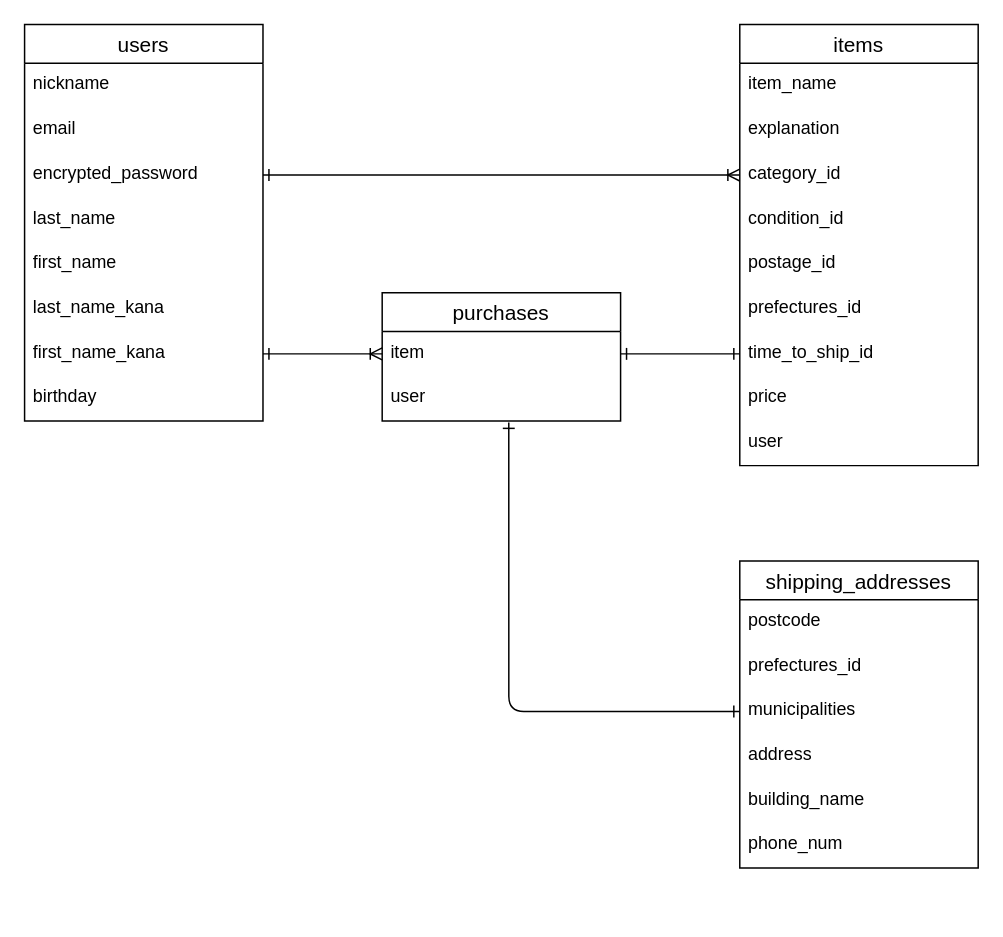
Before: furima.dio in takaaki-k/furima-38906, a draw.io diagram. Source tidied: cells renumbered, new cells numbered last; positions are measured from the earlier drawing's top-left corner, leaving out a move shared by most shapes. Both pictures are drawn from the tidied source at 149%, with x=0, y=0 at pixel (24, 24).
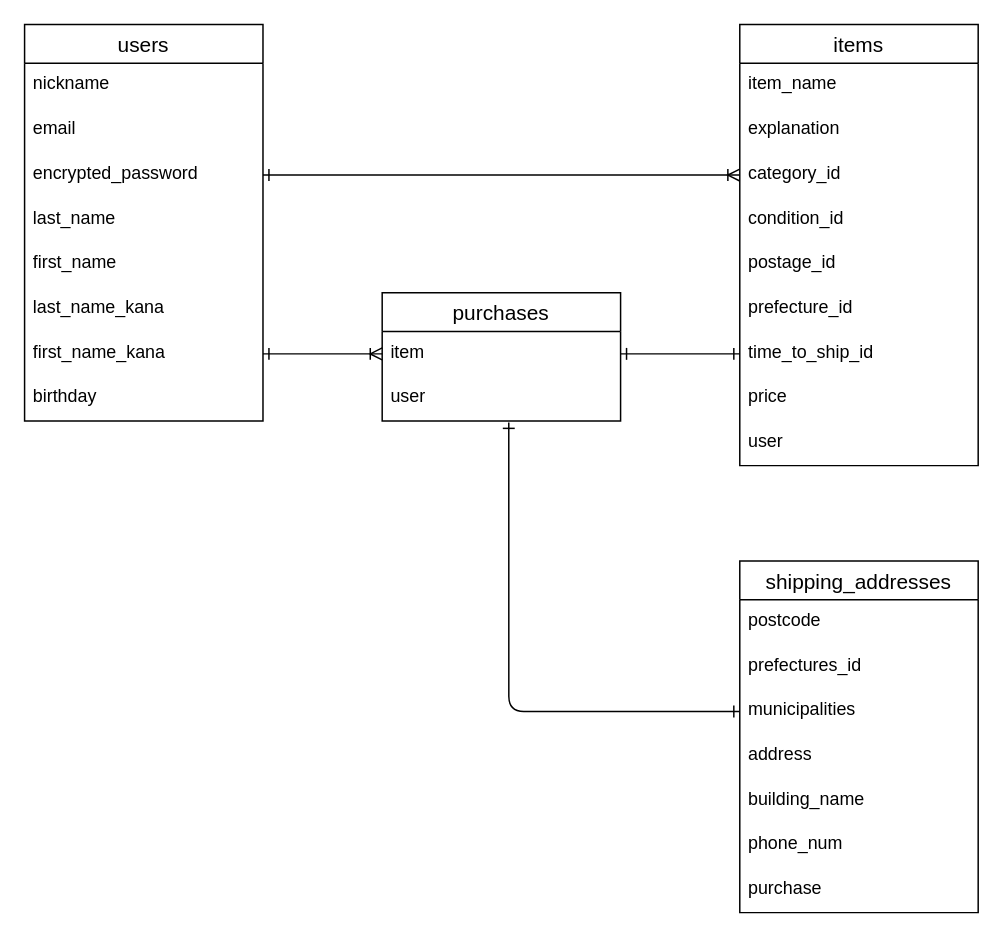
The same page after the edit.

Commit message (it also covers changes not shown here):
テーブル設計_修正2

Unchanged cells that the change refers to:
```xml
<mxCell id="14" value="items" style="swimlane;fontStyle=0;horizontal=1;startSize=26;align=center;fontSize=14;" parent="1" vertex="1">
  <mxGeometry x="480" width="160" height="296" as="geometry" />
</mxCell>
```

Diff of the diagram source:
```diff
@@
-    <mxCell id="20" value="prefectures_id" style="text;strokeColor=none;fillColor=none;spacingLeft=4;spacingRight=4;overflow=hidden;fontSize=12;" parent="14" vertex="1">
+    <mxCell id="20" value="prefecture_id" style="text;strokeColor=none;fillColor=none;spacingLeft=4;spacingRight=4;overflow=hidden;fontSize=12;" parent="14" vertex="1">
       <mxGeometry y="176" width="160" height="30" as="geometry" />
     </mxCell>
@@
     <mxCell id="24" value="shipping_addresses" style="swimlane;fontStyle=0;horizontal=1;startSize=26;align=center;fontSize=14;" parent="1" vertex="1">
-      <mxGeometry x="480" y="360" width="160" height="206" as="geometry" />
+      <mxGeometry x="480" y="360" width="160" height="236" as="geometry" />
     </mxCell>
@@
+    <mxCell id="35" value="phone_num" style="text;strokeColor=none;fillColor=none;spacingLeft=4;spacingRight=4;overflow=hidden;fontSize=12;" parent="24" vertex="1">
+      <mxGeometry y="176" width="160" height="30" as="geometry" />
+    </mxCell>
-    <mxCell id="30" value="phone_num" style="text;strokeColor=none;fillColor=none;spacingLeft=4;spacingRight=4;overflow=hidden;fontSize=12;" parent="24" vertex="1">
-      <mxGeometry y="176" width="160" height="30" as="geometry" />
+    <mxCell id="30" value="purchase" style="text;strokeColor=none;fillColor=none;spacingLeft=4;spacingRight=4;overflow=hidden;fontSize=12;" parent="24" vertex="1">
+      <mxGeometry y="206" width="160" height="30" as="geometry" />
     </mxCell>
```
